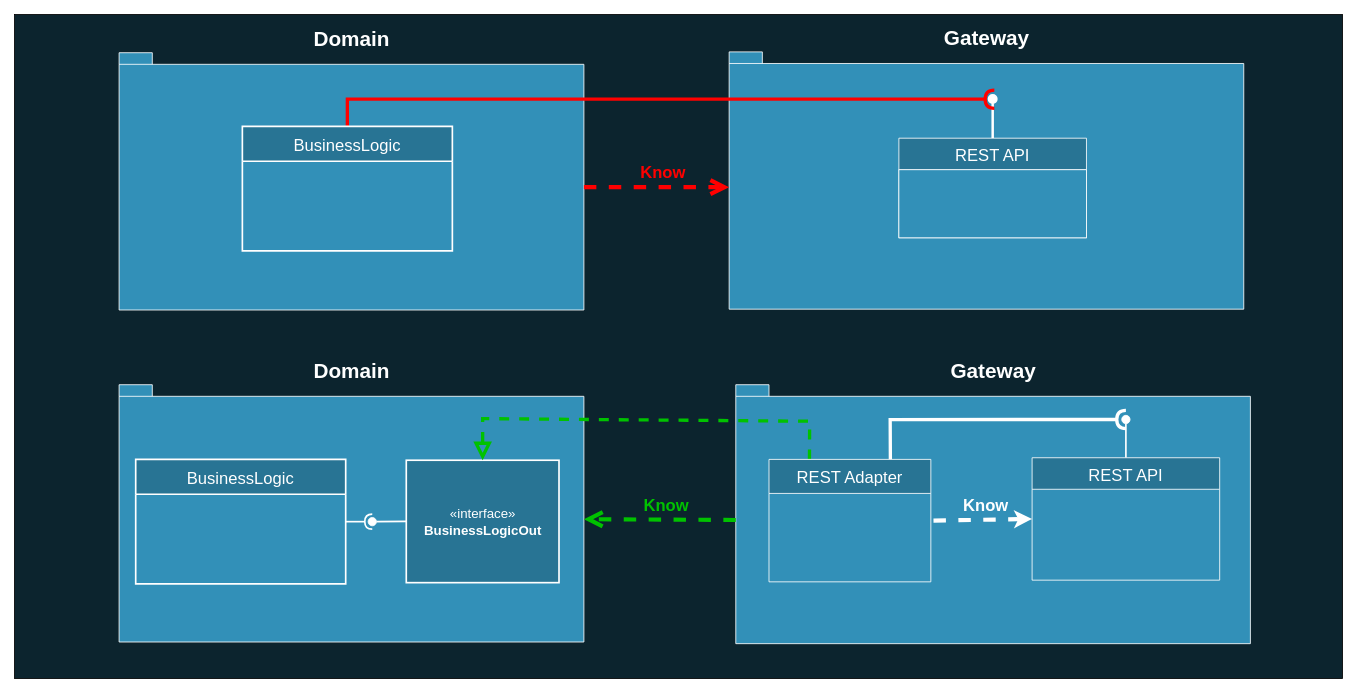
AlexanderLapygin/dependency-inversion-slides keeps this draw.io diagram as diagrams/caWithoutAndWithDIP.drawio. Above is the earlier version. Source tidied: cells renumbered, new cells numbered last; positions are measured from the earlier drawing's top-left corner, leaving out a move shared by most shapes. Both pictures are drawn from the tidied source at 83%, with x=0, y=0 at pixel (14, 14).
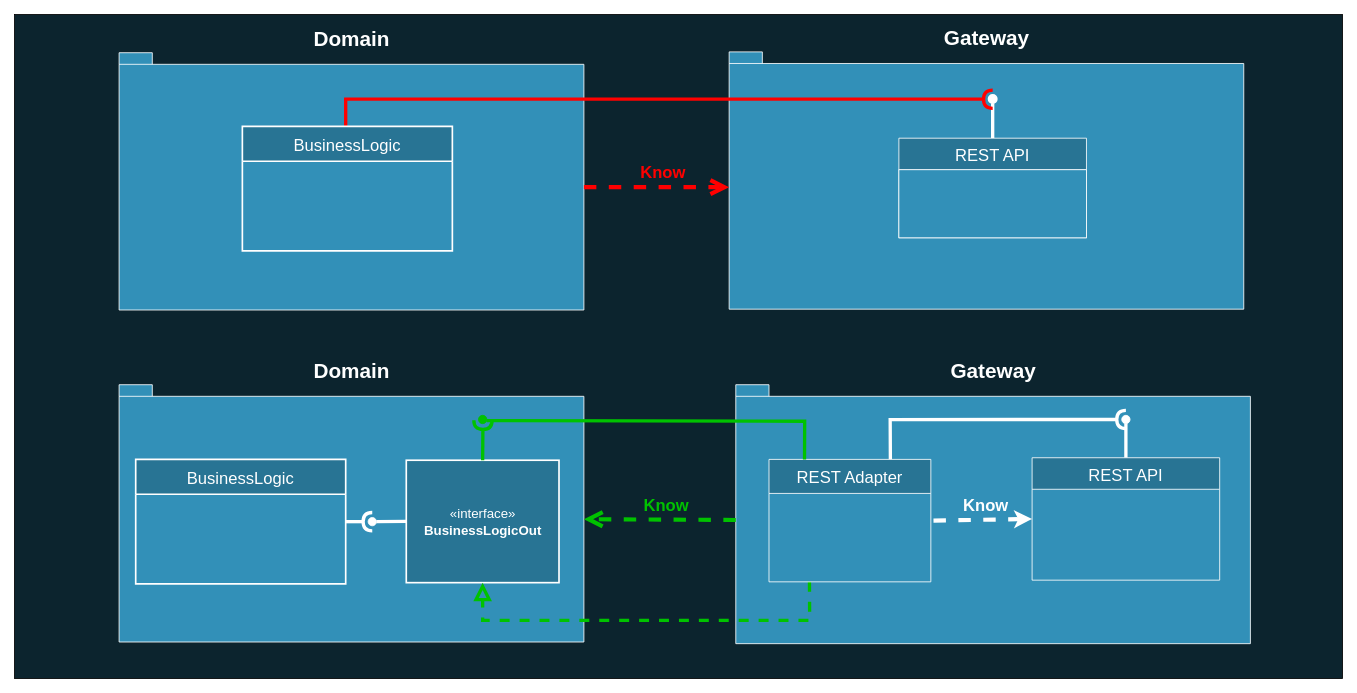
After the change.

The change refers to these unchanged cells:
```xml
<mxCell id="6" value="&lt;font style=&quot;font-size: 16px&quot;&gt;&lt;font style=&quot;font-size: 16px&quot;&gt;«interface»&lt;/font&gt;&lt;br&gt;&lt;b&gt;&lt;font style=&quot;font-size: 16px&quot;&gt;BusinessLogicOut&lt;/font&gt;&lt;/b&gt;&lt;/font&gt;" style="html=1;fillColor=#287494;fontColor=#FFFFFF;strokeWidth=2;strokeColor=#FFFFFF;" parent="1" vertex="1">
  <mxGeometry x="472" y="537" width="184" height="147.5" as="geometry" />
</mxCell>
<mxCell id="9" style="ellipse;whiteSpace=wrap;html=1;fontFamily=Helvetica;fontSize=12;fontColor=#000000;align=center;strokeColor=#FFFFFF;fillColor=#ffffff;points=[];" parent="1" vertex="1">
  <mxGeometry x="426" y="606" width="10" height="10" as="geometry" />
</mxCell>
<mxCell id="12" style="ellipse;whiteSpace=wrap;html=1;fontFamily=Helvetica;fontSize=12;fontColor=#FFFFFF;align=center;strokeColor=#FFFFFF;fillColor=#ffffff;points=[];" parent="1" vertex="1">
  <mxGeometry x="1334" y="482.9" width="10" height="10" as="geometry" />
</mxCell>
<mxCell id="18" style="ellipse;whiteSpace=wrap;html=1;fontFamily=Helvetica;fontSize=12;fontColor=#000000;align=center;strokeColor=#FFFFFF;fillColor=#ffffff;points=[];strokeWidth=2;perimeterSpacing=0;" parent="1" vertex="1">
  <mxGeometry x="1173.5" y="96.9" width="10" height="10" as="geometry" />
</mxCell>
<mxCell id="22" value="BusinessLogic" style="swimlane;fontStyle=0;horizontal=1;startSize=42;fillColor=#287494;fontColor=#FFFFFF;fontSize=20;strokeWidth=2;strokeColor=#FFFFFF;" parent="1" vertex="1">
  <mxGeometry x="146" y="536" width="253" height="150" as="geometry" />
</mxCell>
<mxCell id="23" value="BusinessLogic" style="swimlane;fontStyle=0;horizontal=1;startSize=42;fillColor=#287494;fontColor=#FFFFFF;fontSize=20;strokeWidth=2;strokeColor=#FFFFFF;" parent="1" vertex="1">
  <mxGeometry x="274.5" y="134.8" width="253" height="150" as="geometry" />
</mxCell>
<mxCell id="24" value="REST API" style="swimlane;fontStyle=0;horizontal=1;startSize=38;fillColor=#287494;strokeColor=#FFFFFF;fontColor=#FFFFFF;fontSize=20;" parent="1" vertex="1">
  <mxGeometry x="1226" y="534" width="226" height="147.5" as="geometry" />
</mxCell>
<mxCell id="25" value="REST Adapter" style="swimlane;fontStyle=0;horizontal=1;startSize=41;fillColor=#287494;strokeColor=#FFFFFF;fontColor=#FFFFFF;fontSize=20;" parent="1" vertex="1">
  <mxGeometry x="909" y="536" width="195" height="147.5" as="geometry" />
</mxCell>
<mxCell id="26" value="REST API" style="swimlane;fontStyle=0;horizontal=1;startSize=38;fillColor=#287494;strokeColor=#FFFFFF;fontColor=#FFFFFF;fontSize=20;" parent="1" vertex="1">
  <mxGeometry x="1065.5" y="149" width="226" height="120" as="geometry" />
</mxCell>
```

What changed in the source:
```diff
@@
-    <mxCell id="7" style="rounded=0;jettySize=auto;html=1;endArrow=none;endFill=0;exitX=0;exitY=0.5;exitDx=0;exitDy=0;strokeColor=#FFFFFF;strokeWidth=2;" parent="1" edge="1" source="6" target="9">
+    <mxCell id="7" style="rounded=0;jettySize=auto;html=1;endArrow=none;endFill=0;exitX=0;exitY=0.5;exitDx=0;exitDy=0;strokeColor=#FFFFFF;strokeWidth=4;" parent="1" edge="1" source="6" target="9">
       <mxGeometry relative="1" as="geometry" />
     </mxCell>
-    <mxCell id="8" style="rounded=0;jettySize=auto;html=1;endArrow=halfCircle;endFill=0;entryX=0.5;entryY=0.5;entryDx=0;entryDy=0;endSize=6;strokeWidth=2;exitX=1;exitY=0.5;exitDx=0;exitDy=0;strokeColor=#FFFFFF;" parent="1" edge="1" source="22" target="9">
+    <mxCell id="8" style="rounded=0;jettySize=auto;html=1;endArrow=halfCircle;endFill=0;entryX=0.5;entryY=0.5;entryDx=0;entryDy=0;endSize=6;strokeWidth=4;exitX=1;exitY=0.5;exitDx=0;exitDy=0;strokeColor=#FFFFFF;" parent="1" edge="1" source="22" target="9">
       <mxGeometry relative="1" as="geometry" />
     </mxCell>
@@
-    <mxCell id="10" style="rounded=0;jettySize=auto;html=1;endArrow=none;endFill=0;exitX=0.5;exitY=0;exitDx=0;exitDy=0;strokeColor=#FFFFFF;fontColor=#FFFFFF;strokeWidth=2;" parent="1" edge="1" source="24" target="12">
+    <mxCell id="10" style="rounded=0;jettySize=auto;html=1;endArrow=none;endFill=0;exitX=0.5;exitY=0;exitDx=0;exitDy=0;strokeColor=#FFFFFF;fontColor=#FFFFFF;strokeWidth=4;" parent="1" edge="1" source="24" target="12">
       <mxGeometry relative="1" as="geometry" />
     </mxCell>
@@
-    <mxCell id="13" style="endArrow=block;dashed=1;endFill=0;endSize=12;html=1;entryX=0.5;entryY=0;entryDx=0;entryDy=0;exitX=0.25;exitY=0;exitDx=0;exitDy=0;strokeColor=#00C200;strokeWidth=4;rounded=0;" parent="1" edge="1" source="25" target="6">
+    <mxCell id="13" style="endArrow=block;dashed=1;endFill=0;endSize=12;html=1;entryX=0.5;entryY=1;entryDx=0;entryDy=0;exitX=0.25;exitY=1;exitDx=0;exitDy=0;strokeColor=#00C200;strokeWidth=4;rounded=0;" parent="1" edge="1" source="25" target="6">
       <mxGeometry relative="1" as="geometry">
         <Array as="points">
-          <mxPoint x="958" y="490" />
-          <mxPoint x="564" y="486.9" />
+          <mxPoint x="958" y="730" />
+          <mxPoint x="564" y="730" />
         </Array>
       </mxGeometry>
     </mxCell>
@@
-    <mxCell id="16" style="rounded=0;jettySize=auto;html=1;endArrow=none;endFill=0;labelBackgroundColor=none;strokeColor=#FFFFFF;strokeWidth=3;fontSize=20;fontColor=#FFFFFF;exitX=0.5;exitY=0;exitDx=0;exitDy=0;" parent="1" edge="1" source="26" target="18">
+    <mxCell id="16" style="rounded=0;jettySize=auto;html=1;endArrow=none;endFill=0;labelBackgroundColor=none;strokeColor=#FFFFFF;strokeWidth=4;fontSize=20;fontColor=#FFFFFF;exitX=0.5;exitY=0;exitDx=0;exitDy=0;" parent="1" edge="1" source="26" target="18">
       <mxGeometry relative="1" as="geometry" />
     </mxCell>
-    <mxCell id="17" style="rounded=0;jettySize=auto;html=1;endArrow=halfCircle;endFill=0;endSize=6;strokeWidth=4;labelBackgroundColor=none;fontSize=20;fontColor=#FFFFFF;strokeColor=#FF0000;exitX=0.5;exitY=0;exitDx=0;exitDy=0;entryX=0.7;entryY=0.513;entryDx=0;entryDy=0;entryPerimeter=0;" parent="1" edge="1" source="23" target="18">
+    <mxCell id="17" style="rounded=0;orthogonalLoop=1;jettySize=auto;html=1;endArrow=halfCircle;endFill=0;endSize=6;strokeWidth=4;labelBackgroundColor=none;fontSize=20;fontColor=#FFFFFF;strokeColor=#FF0000;exitX=0.5;exitY=0;exitDx=0;exitDy=0;entryX=0.7;entryY=0.513;entryDx=0;entryDy=0;entryPerimeter=0;" parent="1" edge="1">
       <mxGeometry relative="1" as="geometry">
+        <mxPoint x="399" y="134.8" as="sourcePoint" />
+        <mxPoint x="1178.5" y="102" as="targetPoint" />
         <Array as="points">
-          <mxPoint x="401" y="102" />
+          <mxPoint x="399" y="102" />
         </Array>
       </mxGeometry>
     </mxCell>
@@
+    <mxCell id="28" style="rounded=0;jettySize=auto;html=1;endArrow=none;endFill=0;labelBackgroundColor=none;strokeColor=#00C200;strokeWidth=4;fontSize=20;fontColor=#00C200;exitX=0.25;exitY=0;exitDx=0;exitDy=0;entryX=0.967;entryY=0.63;entryDx=0;entryDy=0;entryPerimeter=0;" parent="1" edge="1" target="29">
+      <mxGeometry relative="1" as="geometry">
+        <mxPoint x="951.8" y="536" as="sourcePoint" />
+        <Array as="points">
+          <mxPoint x="952" y="490" />
+        </Array>
+      </mxGeometry>
+    </mxCell>
+    <mxCell id="29" style="ellipse;whiteSpace=wrap;html=1;fontFamily=Helvetica;fontSize=12;fontColor=#000000;align=center;strokeColor=#00C200;fillColor=#00C200;points=[];" parent="1" vertex="1">
+      <mxGeometry x="559" y="482.9" width="10" height="10" as="geometry" />
+    </mxCell>
+    <mxCell id="30" style="rounded=0;jettySize=auto;html=1;endArrow=halfCircle;endFill=0;endSize=6;strokeWidth=4;labelBackgroundColor=none;fontSize=20;fontColor=#00C200;strokeColor=#00C200;exitX=0.5;exitY=0;exitDx=0;exitDy=0;" parent="1" edge="1" source="6">
+      <mxGeometry relative="1" as="geometry">
+        <mxPoint x="564.4" y="488.9" as="targetPoint" />
+      </mxGeometry>
+    </mxCell>
```
